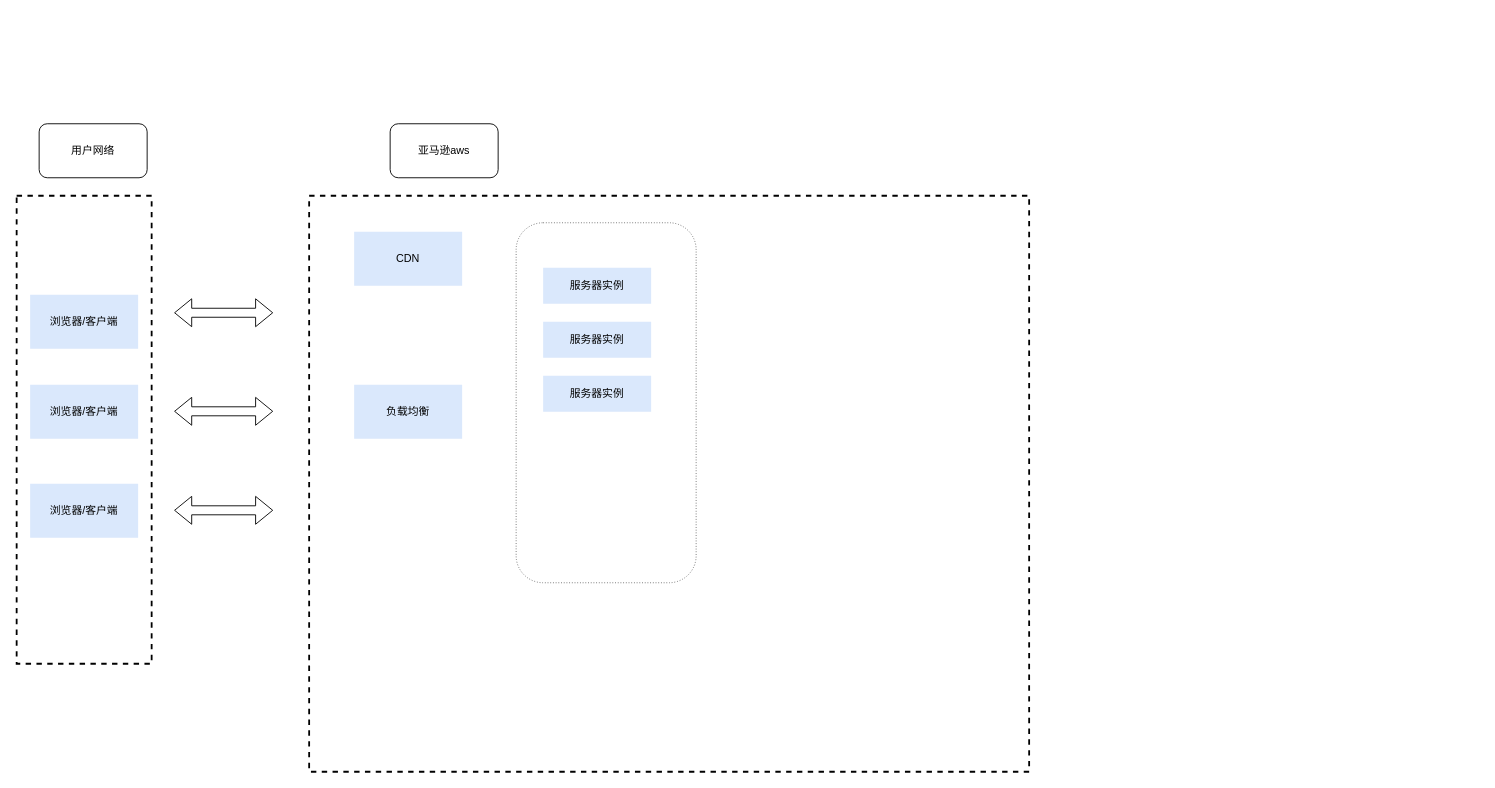
Earlier version of the draw.io diagram app.diagrams.net/1008 Untitled Diagram.drawio (startarhwa/hello-world). Source tidied: cells renumbered, new cells numbered last; positions are measured from the earlier drawing's top-left corner, leaving out a move shared by most shapes. Both pictures are drawn from the tidied source at 90%, with x=0, y=0 at pixel (16, 123).
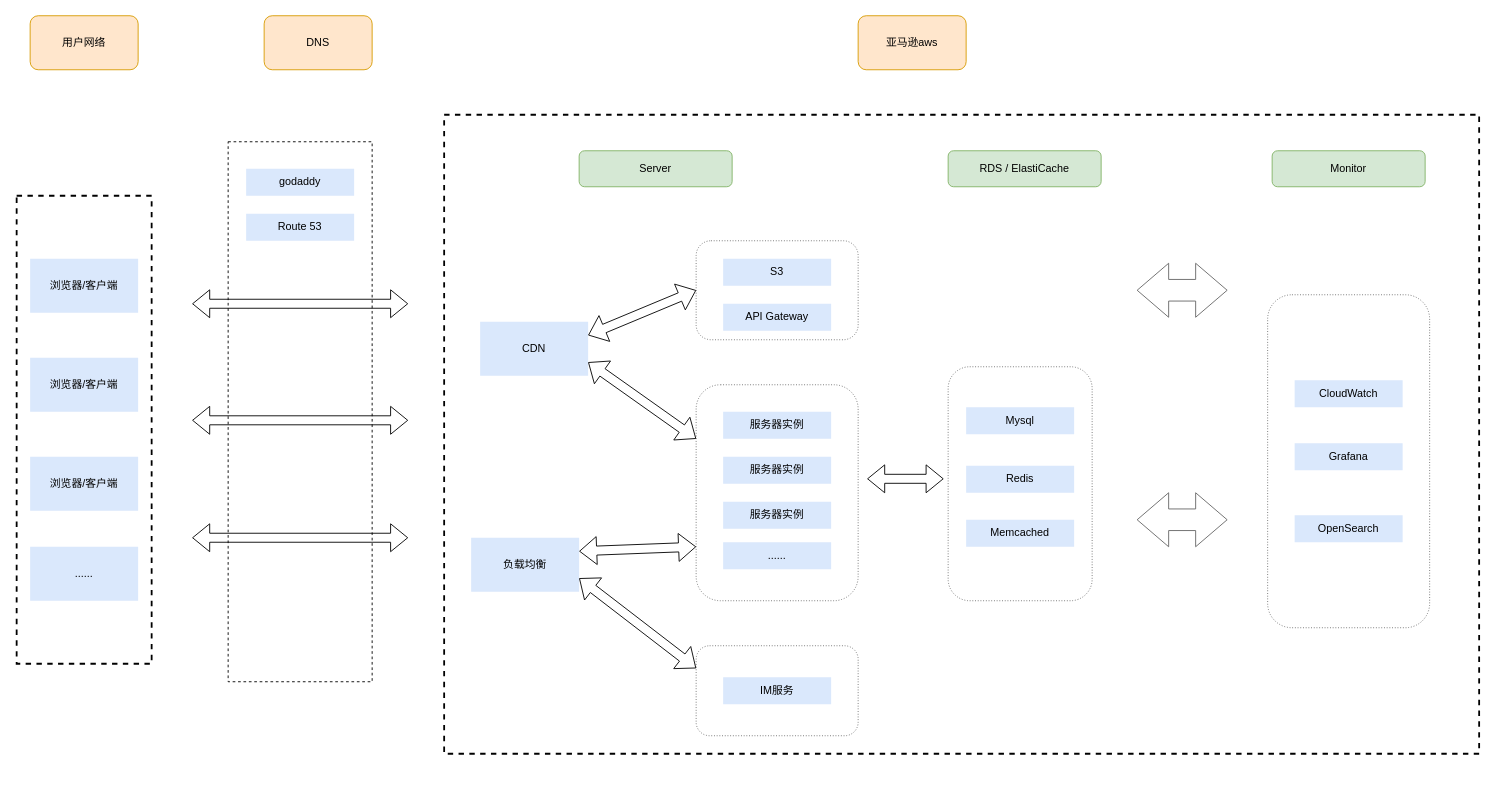
Above is the later version.

Change to the diagram source:
```diff
@@
+    <mxCell id="8" style="rounded=0;whiteSpace=wrap;html=1;dashed=1;fillColor=none;strokeWidth=2;" parent="1" vertex="1">
+      <mxGeometry x="475" y="-10" width="1150" height="710" as="geometry" />
+    </mxCell>
+    <mxCell id="18" style="rounded=1;whiteSpace=wrap;html=1;dashed=1;strokeWidth=1;fillColor=none;dashPattern=1 2;strokeColor=#666666;" parent="1" vertex="1">
+      <mxGeometry x="1035" y="270" width="160" height="260" as="geometry" />
+    </mxCell>
+    <mxCell id="19" style="rounded=0;whiteSpace=wrap;html=1;dashed=1;fillColor=none;strokeWidth=1;" parent="1" vertex="1">
+      <mxGeometry x="235" y="20" width="160" height="600" as="geometry" />
+    </mxCell>
+    <mxCell id="17" style="rounded=1;whiteSpace=wrap;html=1;dashed=1;strokeWidth=1;fillColor=none;dashPattern=1 2;strokeColor=#666666;" parent="1" vertex="1">
+      <mxGeometry x="755" y="290" width="180" height="240" as="geometry" />
+    </mxCell>
-    <mxCell id="2" value="&lt;div&gt;用户网络&lt;/div&gt;" style="rounded=1;whiteSpace=wrap;html=1;fillColor=none;" parent="1" vertex="1">
-      <mxGeometry x="25" width="120" height="60" as="geometry" />
+    <mxCell id="2" value="&lt;div&gt;用户网络&lt;/div&gt;" style="rounded=1;whiteSpace=wrap;html=1;fillColor=#ffe6cc;strokeColor=#d79b00;" parent="1" vertex="1">
+      <mxGeometry x="15" y="-120" width="120" height="60" as="geometry" />
     </mxCell>
-    <mxCell id="3" value="亚马逊aws" style="rounded=1;whiteSpace=wrap;html=1;fillColor=none;" parent="1" vertex="1">
-      <mxGeometry x="415" width="120" height="60" as="geometry" />
+    <mxCell id="3" value="亚马逊aws" style="rounded=1;whiteSpace=wrap;html=1;fillColor=#ffe6cc;strokeColor=#d79b00;" parent="1" vertex="1">
+      <mxGeometry x="935" y="-120" width="120" height="60" as="geometry" />
     </mxCell>
@@
     <mxCell id="5" value="&lt;div&gt;浏览器/客户端&lt;/div&gt;" style="rounded=0;whiteSpace=wrap;html=1;dashed=1;dashPattern=1 4;fillColor=#dae8fc;strokeColor=none;" parent="1" vertex="1">
-      <mxGeometry x="15" y="190" width="120" height="60" as="geometry" />
+      <mxGeometry x="15" y="150" width="120" height="60" as="geometry" />
     </mxCell>
     <mxCell id="6" value="&lt;div&gt;浏览器/客户端&lt;/div&gt;" style="rounded=0;whiteSpace=wrap;html=1;dashed=1;dashPattern=1 4;fillColor=#dae8fc;strokeColor=none;" parent="1" vertex="1">
-      <mxGeometry x="15" y="290" width="120" height="60" as="geometry" />
+      <mxGeometry x="15" y="260" width="120" height="60" as="geometry" />
     </mxCell>
     <mxCell id="7" value="&lt;div&gt;浏览器/客户端&lt;/div&gt;" style="rounded=0;whiteSpace=wrap;html=1;dashed=1;dashPattern=1 4;fillColor=#dae8fc;strokeColor=none;" parent="1" vertex="1">
-      <mxGeometry x="15" y="400" width="120" height="60" as="geometry" />
+      <mxGeometry x="15" y="370" width="120" height="60" as="geometry" />
     </mxCell>
-    <mxCell id="8" style="rounded=0;whiteSpace=wrap;html=1;dashed=1;fillColor=none;strokeWidth=2;" parent="1" vertex="1">
-      <mxGeometry x="325" y="80" width="800" height="640" as="geometry" />
-    </mxCell>
     <mxCell id="9" style="shape=flexArrow;endArrow=classic;startArrow=classic;html=1;rounded=0;" parent="1" edge="1">
       <mxGeometry relative="1" as="geometry">
-        <mxPoint x="175" y="210" as="sourcePoint" />
-        <mxPoint x="285" y="210" as="targetPoint" />
+        <mxPoint x="195" y="200" as="sourcePoint" />
+        <mxPoint x="435" y="200" as="targetPoint" />
       </mxGeometry>
     </mxCell>
-    <mxCell id="10" style="shape=flexArrow;endArrow=classic;startArrow=classic;html=1;rounded=0;" parent="1" edge="1">
-      <mxGeometry relative="1" as="geometry">
-        <mxPoint x="175" y="319.5" as="sourcePoint" />
-        <mxPoint x="285" y="319.5" as="targetPoint" />
-      </mxGeometry>
-    </mxCell>
-    <mxCell id="11" style="shape=flexArrow;endArrow=classic;startArrow=classic;html=1;rounded=0;" parent="1" edge="1">
-      <mxGeometry relative="1" as="geometry">
-        <mxPoint x="175" y="429.5" as="sourcePoint" />
-        <mxPoint x="285" y="429.5" as="targetPoint" />
-      </mxGeometry>
-    </mxCell>
     <mxCell id="12" value="CDN" style="rounded=0;whiteSpace=wrap;html=1;dashed=1;dashPattern=1 4;fillColor=#dae8fc;strokeColor=none;" parent="1" vertex="1">
-      <mxGeometry x="375" y="120" width="120" height="60" as="geometry" />
+      <mxGeometry x="515" y="220" width="120" height="60" as="geometry" />
     </mxCell>
     <mxCell id="13" value="负载均衡" style="rounded=0;whiteSpace=wrap;html=1;dashed=1;dashPattern=1 4;fillColor=#dae8fc;strokeColor=none;" parent="1" vertex="1">
-      <mxGeometry x="375" y="290" width="120" height="60" as="geometry" />
+      <mxGeometry x="505" y="460" width="120" height="60" as="geometry" />
     </mxCell>
     <mxCell id="14" value="&lt;div&gt;服务器实例&lt;/div&gt;" style="rounded=0;whiteSpace=wrap;html=1;dashed=1;dashPattern=1 4;fillColor=#dae8fc;strokeColor=none;" parent="1" vertex="1">
-      <mxGeometry x="585" y="160" width="120" height="40" as="geometry" />
+      <mxGeometry x="785" y="320" width="120" height="30" as="geometry" />
     </mxCell>
     <mxCell id="15" value="&lt;div&gt;服务器实例&lt;/div&gt;" style="rounded=0;whiteSpace=wrap;html=1;dashed=1;dashPattern=1 4;fillColor=#dae8fc;strokeColor=none;" parent="1" vertex="1">
-      <mxGeometry x="585" y="220" width="120" height="40" as="geometry" />
+      <mxGeometry x="785" y="370" width="120" height="30" as="geometry" />
     </mxCell>
     <mxCell id="16" value="&lt;div&gt;服务器实例&lt;/div&gt;" style="rounded=0;whiteSpace=wrap;html=1;dashed=1;dashPattern=1 4;fillColor=#dae8fc;strokeColor=none;" parent="1" vertex="1">
-      <mxGeometry x="585" y="280" width="120" height="40" as="geometry" />
+      <mxGeometry x="785" y="420" width="120" height="30" as="geometry" />
     </mxCell>
-    <mxCell id="17" style="rounded=1;whiteSpace=wrap;html=1;dashed=1;strokeWidth=1;fillColor=none;dashPattern=1 2;strokeColor=#666666;" parent="1" vertex="1">
-      <mxGeometry x="555" y="110" width="200" height="400" as="geometry" />
-    </mxCell>
+    <mxCell id="20" value="......" style="rounded=0;whiteSpace=wrap;html=1;dashed=1;dashPattern=1 4;fillColor=#dae8fc;strokeColor=none;" parent="1" vertex="1">
+      <mxGeometry x="785" y="465" width="120" height="30" as="geometry" />
+    </mxCell>
+    <mxCell id="21" style="shape=flexArrow;endArrow=classic;startArrow=classic;html=1;rounded=0;entryX=0;entryY=0.25;entryDx=0;entryDy=0;exitX=1;exitY=0.75;exitDx=0;exitDy=0;" parent="1" edge="1" source="12" target="17">
+      <mxGeometry relative="1" as="geometry" />
+    </mxCell>
+    <mxCell id="22" style="shape=flexArrow;endArrow=classic;startArrow=classic;html=1;rounded=0;entryX=0;entryY=0.75;entryDx=0;entryDy=0;exitX=1;exitY=0.25;exitDx=0;exitDy=0;" parent="1" edge="1" source="13" target="17">
+      <mxGeometry relative="1" as="geometry" />
+    </mxCell>
+    <mxCell id="23" style="rounded=1;whiteSpace=wrap;html=1;dashed=1;strokeWidth=1;fillColor=none;dashPattern=1 2;strokeColor=#666666;" parent="1" vertex="1">
+      <mxGeometry x="755" y="580" width="180" height="100" as="geometry" />
+    </mxCell>
+    <mxCell id="24" value="IM服务" style="rounded=0;whiteSpace=wrap;html=1;dashed=1;dashPattern=1 4;fillColor=#dae8fc;strokeColor=none;" parent="1" vertex="1">
+      <mxGeometry x="785" y="615" width="120" height="30" as="geometry" />
+    </mxCell>
+    <mxCell id="25" style="shape=flexArrow;endArrow=classic;startArrow=classic;html=1;rounded=0;entryX=0;entryY=0.25;entryDx=0;entryDy=0;exitX=1;exitY=0.75;exitDx=0;exitDy=0;" parent="1" edge="1" source="13" target="23">
+      <mxGeometry relative="1" as="geometry" />
+    </mxCell>
+    <mxCell id="26" style="rounded=1;whiteSpace=wrap;html=1;dashed=1;strokeWidth=1;fillColor=none;dashPattern=1 2;strokeColor=#666666;" parent="1" vertex="1">
+      <mxGeometry x="755" y="130" width="180" height="110" as="geometry" />
+    </mxCell>
+    <mxCell id="27" value="S3" style="rounded=0;whiteSpace=wrap;html=1;dashed=1;dashPattern=1 4;fillColor=#dae8fc;strokeColor=none;" parent="1" vertex="1">
+      <mxGeometry x="785" y="150" width="120" height="30" as="geometry" />
+    </mxCell>
+    <mxCell id="28" style="shape=flexArrow;endArrow=classic;startArrow=classic;html=1;rounded=0;entryX=0;entryY=0.5;entryDx=0;entryDy=0;exitX=1;exitY=0.25;exitDx=0;exitDy=0;" parent="1" edge="1" source="12" target="26">
+      <mxGeometry relative="1" as="geometry" />
+    </mxCell>
+    <mxCell id="29" value="DNS" style="rounded=1;whiteSpace=wrap;html=1;fillColor=#ffe6cc;strokeColor=#d79b00;" parent="1" vertex="1">
+      <mxGeometry x="275" y="-120" width="120" height="60" as="geometry" />
+    </mxCell>
+    <mxCell id="30" value="......" style="rounded=0;whiteSpace=wrap;html=1;dashed=1;dashPattern=1 4;fillColor=#dae8fc;strokeColor=none;" parent="1" vertex="1">
+      <mxGeometry x="15" y="470" width="120" height="60" as="geometry" />
+    </mxCell>
+    <mxCell id="31" value="&lt;div&gt;Mysql&lt;/div&gt;" style="rounded=0;whiteSpace=wrap;html=1;dashed=1;dashPattern=1 4;fillColor=#dae8fc;strokeColor=none;" parent="1" vertex="1">
+      <mxGeometry x="1055" y="315" width="120" height="30" as="geometry" />
+    </mxCell>
+    <mxCell id="32" value="Redis" style="rounded=0;whiteSpace=wrap;html=1;dashed=1;dashPattern=1 4;fillColor=#dae8fc;strokeColor=none;" parent="1" vertex="1">
+      <mxGeometry x="1055" y="380" width="120" height="30" as="geometry" />
+    </mxCell>
+    <mxCell id="33" value="RDS / ElastiCache" style="rounded=1;whiteSpace=wrap;html=1;fillColor=#d5e8d4;strokeColor=#82b366;" parent="1" vertex="1">
+      <mxGeometry x="1035" y="30" width="170" height="40" as="geometry" />
+    </mxCell>
+    <mxCell id="34" value="&lt;div&gt;Server&lt;/div&gt;" style="rounded=1;whiteSpace=wrap;html=1;fillColor=#d5e8d4;strokeColor=#82b366;" parent="1" vertex="1">
+      <mxGeometry x="625" y="30" width="170" height="40" as="geometry" />
+    </mxCell>
+    <mxCell id="35" value="Memcached" style="rounded=0;whiteSpace=wrap;html=1;dashed=1;dashPattern=1 4;fillColor=#dae8fc;strokeColor=none;" parent="1" vertex="1">
+      <mxGeometry x="1055" y="440" width="120" height="30" as="geometry" />
+    </mxCell>
+    <mxCell id="36" style="shape=flexArrow;endArrow=classic;startArrow=classic;html=1;rounded=0;" parent="1" edge="1">
+      <mxGeometry relative="1" as="geometry">
+        <mxPoint x="945" y="394.5" as="sourcePoint" />
+        <mxPoint x="1030" y="394.5" as="targetPoint" />
+      </mxGeometry>
+    </mxCell>
+    <mxCell id="37" value="API Gateway" style="rounded=0;whiteSpace=wrap;html=1;dashed=1;dashPattern=1 4;fillColor=#dae8fc;strokeColor=none;" parent="1" vertex="1">
+      <mxGeometry x="785" y="200" width="120" height="30" as="geometry" />
+    </mxCell>
+    <mxCell id="38" value="Monitor" style="rounded=1;whiteSpace=wrap;html=1;fillColor=#d5e8d4;strokeColor=#82b366;" parent="1" vertex="1">
+      <mxGeometry x="1395" y="30" width="170" height="40" as="geometry" />
+    </mxCell>
+    <mxCell id="39" style="shape=flexArrow;endArrow=classic;startArrow=classic;html=1;rounded=0;" parent="1" edge="1">
+      <mxGeometry relative="1" as="geometry">
+        <mxPoint x="195" y="329.5" as="sourcePoint" />
+        <mxPoint x="435" y="329.5" as="targetPoint" />
+      </mxGeometry>
+    </mxCell>
+    <mxCell id="40" style="shape=flexArrow;endArrow=classic;startArrow=classic;html=1;rounded=0;" parent="1" edge="1">
+      <mxGeometry relative="1" as="geometry">
+        <mxPoint x="195" y="460" as="sourcePoint" />
+        <mxPoint x="435" y="460" as="targetPoint" />
+      </mxGeometry>
+    </mxCell>
+    <mxCell id="41" value="CloudWatch" style="rounded=0;whiteSpace=wrap;html=1;dashed=1;dashPattern=1 4;fillColor=#dae8fc;strokeColor=none;" parent="1" vertex="1">
+      <mxGeometry x="1420" y="285" width="120" height="30" as="geometry" />
+    </mxCell>
+    <mxCell id="42" value="Grafana" style="rounded=0;whiteSpace=wrap;html=1;dashed=1;dashPattern=1 4;fillColor=#dae8fc;strokeColor=none;" parent="1" vertex="1">
+      <mxGeometry x="1420" y="355" width="120" height="30" as="geometry" />
+    </mxCell>
+    <mxCell id="43" value="OpenSearch" style="rounded=0;whiteSpace=wrap;html=1;dashed=1;dashPattern=1 4;fillColor=#dae8fc;strokeColor=none;" parent="1" vertex="1">
+      <mxGeometry x="1420" y="435" width="120" height="30" as="geometry" />
+    </mxCell>
+    <mxCell id="44" style="rounded=1;whiteSpace=wrap;html=1;dashed=1;strokeWidth=1;fillColor=none;dashPattern=1 2;strokeColor=#666666;" parent="1" vertex="1">
+      <mxGeometry x="1390" y="190" width="180" height="370" as="geometry" />
+    </mxCell>
+    <mxCell id="45" style="html=1;shadow=0;dashed=0;align=center;verticalAlign=middle;shape=mxgraph.arrows2.twoWayArrow;dy=0.6;dx=35;dashPattern=1 2;strokeColor=#666666;strokeWidth=1;fillColor=none;" parent="1" vertex="1">
+      <mxGeometry x="1245" y="410" width="100" height="60" as="geometry" />
+    </mxCell>
+    <mxCell id="46" style="html=1;shadow=0;dashed=0;align=center;verticalAlign=middle;shape=mxgraph.arrows2.twoWayArrow;dy=0.6;dx=35;dashPattern=1 2;strokeColor=#666666;strokeWidth=1;fillColor=none;" parent="1" vertex="1">
+      <mxGeometry x="1245" y="155" width="100" height="60" as="geometry" />
+    </mxCell>
+    <mxCell id="47" value="Route 53" style="rounded=0;whiteSpace=wrap;html=1;dashed=1;dashPattern=1 4;fillColor=#dae8fc;strokeColor=none;" parent="1" vertex="1">
+      <mxGeometry x="255" y="100" width="120" height="30" as="geometry" />
+    </mxCell>
+    <mxCell id="48" value="godaddy" style="rounded=0;whiteSpace=wrap;html=1;dashed=1;dashPattern=1 4;fillColor=#dae8fc;strokeColor=none;" parent="1" vertex="1">
+      <mxGeometry x="255" y="50" width="120" height="30" as="geometry" />
+    </mxCell>
```
